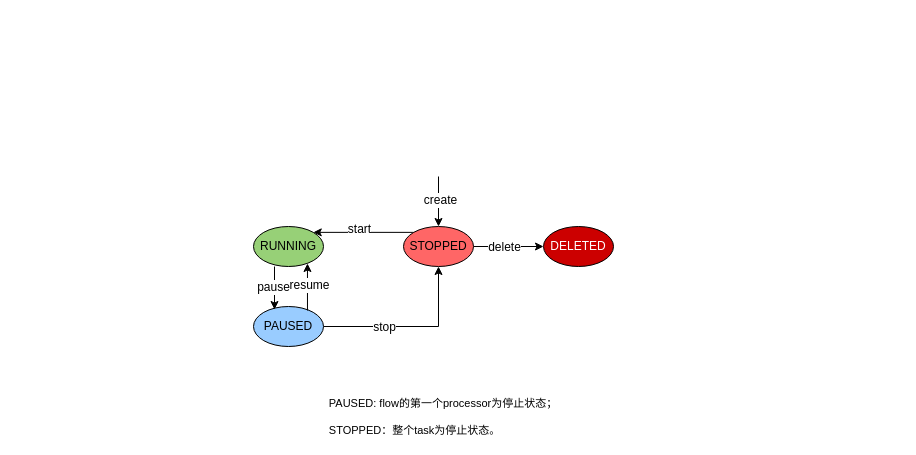
dophinlife/drawio keeps this draw.io diagram as page "状态转换" (12 of 13) of 自助式接入.drawio. Above is the earlier version. Source tidied: cells renumbered, new cells numbered last; positions are measured from the earlier drawing's top-left corner, leaving out a move shared by most shapes. Both pictures are drawn from the tidied source at 100%, with x=0, y=0 at pixel (253, 176).
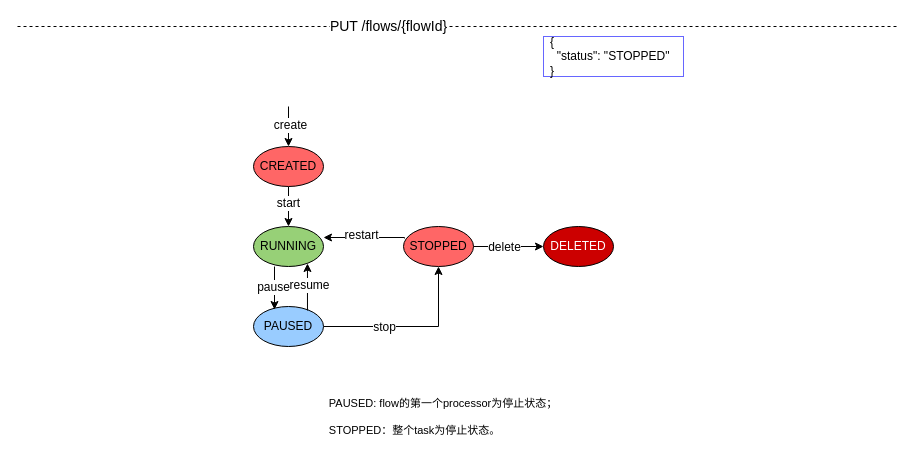
Above is the later version.

Unchanged cells that the change refers to:
```xml
<mxCell id="6" value="STOPPED" style="ellipse;whiteSpace=wrap;html=1;fillColor=#FF6666;" parent="1" vertex="1">
  <mxGeometry x="150" y="50" width="70" height="40" as="geometry" />
</mxCell>
<mxCell id="9" value="RUNNING" style="ellipse;whiteSpace=wrap;html=1;fillColor=#97D077;" parent="1" vertex="1">
  <mxGeometry y="50" width="70" height="40" as="geometry" />
</mxCell>
```

The edit, as a diff of the source:
```diff
@@
-    <mxCell id="2" style="edgeStyle=orthogonalEdgeStyle;rounded=0;jettySize=auto;html=1;entryX=1;entryY=0;entryDx=0;entryDy=0;exitX=0;exitY=0;exitDx=0;exitDy=0;" parent="1" edge="1" source="6" target="9">
-      <mxGeometry relative="1" as="geometry" />
+    <mxCell id="2" style="edgeStyle=orthogonalEdgeStyle;rounded=0;jettySize=auto;html=1;entryX=1;entryY=0.275;entryDx=0;entryDy=0;exitX=0.014;exitY=0.3;exitDx=0;exitDy=0;entryPerimeter=0;exitPerimeter=0;" parent="1" edge="1" source="6" target="9">
+      <mxGeometry relative="1" as="geometry">
+        <Array as="points">
+          <mxPoint x="151" y="61" />
+        </Array>
+      </mxGeometry>
     </mxCell>
-    <mxCell id="3" value="start" style="text;html=1;align=center;verticalAlign=middle;labelBackgroundColor=#ffffff;fontColor=#000000;" parent="2" vertex="1">
+    <mxCell id="3" value="restart" style="text;html=1;align=center;verticalAlign=middle;labelBackgroundColor=#ffffff;fontColor=#000000;" parent="2" vertex="1">
       <mxGeometry x="0.1" y="-3" relative="1" as="geometry" />
     </mxCell>
@@
-    <mxCell id="16" style="endArrow=classic;html=1;fontColor=#000000;entryX=0.5;entryY=0;entryDx=0;entryDy=0;" parent="1" edge="1" target="6">
+    <mxCell id="16" style="endArrow=classic;html=1;fontColor=#000000;entryX=0.5;entryY=0;entryDx=0;entryDy=0;" parent="1" edge="1" target="21">
       <mxGeometry relative="1" as="geometry">
-        <mxPoint x="185" as="sourcePoint" />
+        <mxPoint x="35" y="-70" as="sourcePoint" />
       </mxGeometry>
     </mxCell>
@@
+    <mxCell id="19" style="edgeStyle=orthogonalEdgeStyle;rounded=0;jettySize=auto;html=1;" parent="1" edge="1" source="21" target="9">
+      <mxGeometry relative="1" as="geometry" />
+    </mxCell>
+    <mxCell id="20" value="start" style="text;html=1;align=center;verticalAlign=middle;labelBackgroundColor=#ffffff;" parent="19" vertex="1">
+      <mxGeometry x="-0.2" y="-1" relative="1" as="geometry" />
+    </mxCell>
+    <mxCell id="21" value="CREATED" style="ellipse;whiteSpace=wrap;html=1;fillColor=#FF6666;" parent="1" vertex="1">
+      <mxGeometry y="-30" width="70" height="40" as="geometry" />
+    </mxCell>
+    <mxCell id="22" style="endArrow=none;dashed=1;html=1;fontSize=16;" parent="1" edge="1">
+      <mxGeometry relative="1" as="geometry">
+        <mxPoint x="-236" y="-150" as="sourcePoint" />
+        <mxPoint x="644" y="-150" as="targetPoint" />
+      </mxGeometry>
+    </mxCell>
+    <mxCell id="23" value="&lt;font style=&quot;font-size: 14px&quot;&gt;PUT /flows/{flowId}&lt;/font&gt;" style="text;html=1;align=center;verticalAlign=middle;labelBackgroundColor=#ffffff;" parent="22" vertex="1">
+      <mxGeometry x="-0.16" y="1" relative="1" as="geometry" />
+    </mxCell>
+    <mxCell id="24" style="group;" parent="1" vertex="1">
+      <mxGeometry x="290" y="-140" width="140" height="40" as="geometry" />
+    </mxCell>
+    <mxCell id="25" style="rounded=0;whiteSpace=wrap;html=1;fontSize=16;strokeColor=#6666FF;" parent="24" vertex="1">
+      <mxGeometry width="140" height="40" as="geometry" />
+    </mxCell>
+    <mxCell id="26" value="&lt;div&gt;{&lt;/div&gt;&lt;div&gt;&amp;nbsp; &quot;status&quot;: &quot;STOPPED&quot;&lt;/div&gt;&lt;div&gt;}&lt;/div&gt;" style="text;html=1;strokeColor=none;fillColor=none;align=left;verticalAlign=middle;whiteSpace=wrap;rounded=0;" parent="24" vertex="1">
+      <mxGeometry x="4.7" y="14.3" width="130.7" height="11.4" as="geometry" />
+    </mxCell>
+    <mxCell id="27" style="edgeStyle=none;rounded=0;orthogonalLoop=1;jettySize=auto;html=1;exitX=0.5;exitY=0;exitDx=0;exitDy=0;" parent="24" edge="1" source="26" target="26">
+      <mxGeometry relative="1" as="geometry" />
+    </mxCell>
```
